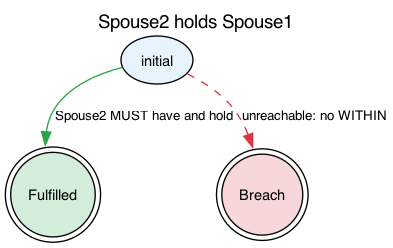
legalese/l4-ide keeps this Graphviz diagram as jl4/examples/state-graphs/Spouse2holdsSpouse1.png. Above is the earlier version. Its source is kept beside it as jl4/examples/state-graphs/Spouse2holdsSpouse1.dot. Its diagram source:
```dot
digraph {
    graph [rankdir=TB
          ,label="Spouse2 holds Spouse1"
          ,labelloc=t
          ,fontname=Helvetica
          ,fontsize=14];
    node [fontname=Helvetica
         ,fontsize=11];
    edge [fontname=Helvetica
         ,fontsize=10];
    0 [label=initial
      ,fillcolor=white
      ,style=filled
      ,shape=ellipse
      ,fillcolor="#e8f4fd"];
    1 [label=Fulfilled
      ,fillcolor=white
      ,style=filled
      ,shape=doublecircle
      ,fillcolor="#d4edda"];
    2 [label=Breach
      ,fillcolor=white
      ,style=filled
      ,shape=doublecircle
      ,fillcolor="#f8d7da"];
    0 -> 1 [label="Spouse2 MUST have and hold"
           ,color="#28a745"
           ,style=solid];
    0 -> 2 [label="unreachable: no WITHIN"
           ,color="#dc3545"
           ,style=dashed];
}
```
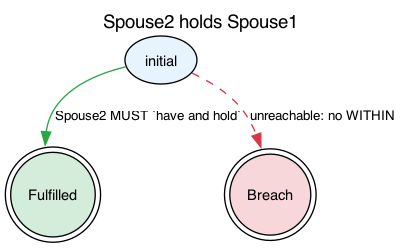
After the change.

The edit, as a diff of the source:
```diff
@@ -23,7 +23,7 @@
       ,style=filled
       ,shape=doublecircle
       ,fillcolor="#f8d7da"];
-    0 -> 1 [label="Spouse2 MUST have and hold"
+    0 -> 1 [label="Spouse2 MUST `have and hold`"
            ,color="#28a745"
            ,style=solid];
     0 -> 2 [label="unreachable: no WITHIN"
```
